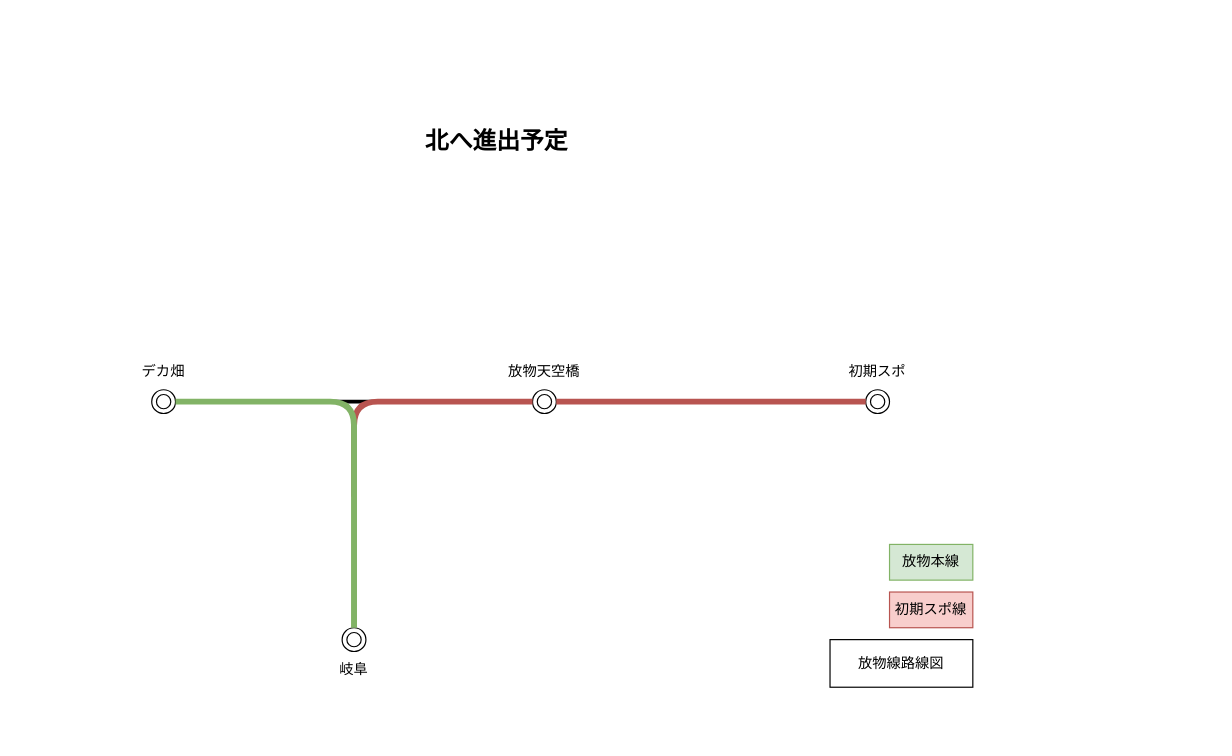
The draw.io diagram バリン鯖放物線.drawio in chainsawsteel1/drawio-files, before the edit. Source tidied: cells renumbered, new cells numbered last; positions are measured from the earlier drawing's top-left corner, leaving out a move shared by most shapes. Both pictures are drawn from the tidied source at 119%, with x=0, y=0 at pixel (127, 115).
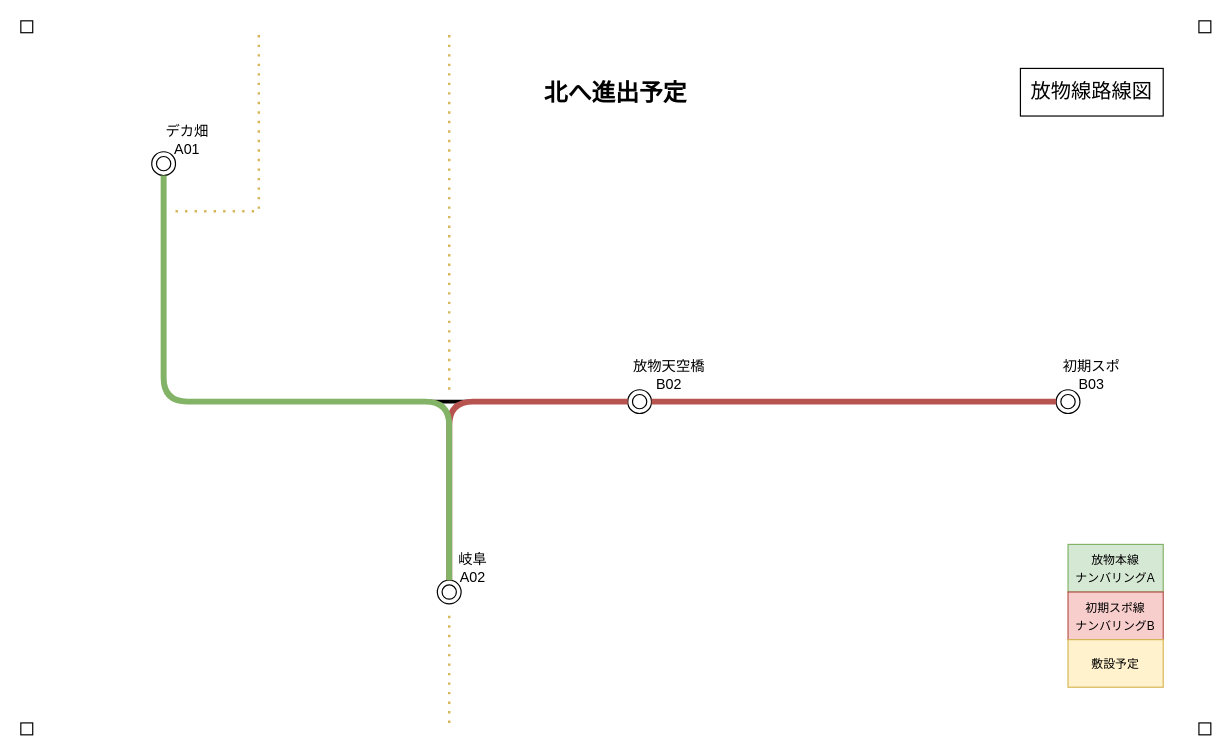
The same diagram, later.

Commit message:
バリン鯖放物線.drawio を更新します

Change to the diagram source:
```diff
@@
     <mxCell id="2" style="ellipse;shape=doubleEllipse;whiteSpace=wrap;html=1;" parent="1" vertex="1">
-      <mxGeometry x="180" y="430" width="20" height="20" as="geometry" />
+      <mxGeometry x="260" y="390" width="20" height="20" as="geometry" />
     </mxCell>
     <mxCell id="3" style="ellipse;shape=doubleEllipse;whiteSpace=wrap;html=1;" parent="1" vertex="1">
-      <mxGeometry x="20" y="230" width="20" height="20" as="geometry" />
+      <mxGeometry x="20" y="30" width="20" height="20" as="geometry" />
     </mxCell>
     <mxCell id="4" style="ellipse;shape=doubleEllipse;whiteSpace=wrap;html=1;" parent="1" vertex="1">
-      <mxGeometry x="620" y="230" width="20" height="20" as="geometry" />
+      <mxGeometry x="780" y="230" width="20" height="20" as="geometry" />
     </mxCell>
     <mxCell id="5" style="ellipse;shape=doubleEllipse;whiteSpace=wrap;html=1;" parent="1" vertex="1">
-      <mxGeometry x="340" y="230" width="20" height="20" as="geometry" />
+      <mxGeometry x="420" y="230" width="20" height="20" as="geometry" />
     </mxCell>
@@
-    <mxCell id="7" value="デカ畑" style="text;html=1;align=center;verticalAlign=middle;whiteSpace=wrap;rounded=0;" parent="1" vertex="1">
-      <mxGeometry y="200" width="60" height="30" as="geometry" />
+    <mxCell id="7" value="&lt;div&gt;デカ畑&lt;/div&gt;A01" style="text;html=1;align=center;verticalAlign=middle;whiteSpace=wrap;rounded=0;" parent="1" vertex="1">
+      <mxGeometry x="20" width="60" height="40" as="geometry" />
     </mxCell>
-    <mxCell id="8" value="岐阜" style="text;html=1;align=center;verticalAlign=middle;whiteSpace=wrap;rounded=0;" parent="1" vertex="1">
-      <mxGeometry x="160" y="450" width="60" height="30" as="geometry" />
+    <mxCell id="8" value="&lt;div&gt;岐阜&lt;/div&gt;A02" style="text;html=1;align=center;verticalAlign=middle;whiteSpace=wrap;rounded=0;" parent="1" vertex="1">
+      <mxGeometry x="260" y="360" width="60" height="40" as="geometry" />
     </mxCell>
-    <mxCell id="9" value="放物天空橋" style="text;html=1;align=center;verticalAlign=middle;whiteSpace=wrap;rounded=0;" parent="1" vertex="1">
-      <mxGeometry x="315" y="200" width="70" height="30" as="geometry" />
+    <mxCell id="9" value="&lt;div&gt;放物天空橋&lt;/div&gt;B02" style="text;html=1;align=center;verticalAlign=middle;whiteSpace=wrap;rounded=0;" parent="1" vertex="1">
+      <mxGeometry x="420" y="200" width="70" height="35" as="geometry" />
     </mxCell>
-    <mxCell id="10" value="初期スポ" style="text;html=1;align=center;verticalAlign=middle;whiteSpace=wrap;rounded=0;" parent="1" vertex="1">
-      <mxGeometry x="600" y="200" width="60" height="30" as="geometry" />
+    <mxCell id="10" value="&lt;div&gt;初期スポ&lt;/div&gt;B03" style="text;html=1;align=center;verticalAlign=middle;whiteSpace=wrap;rounded=0;" parent="1" vertex="1">
+      <mxGeometry x="780" y="200" width="60" height="35" as="geometry" />
     </mxCell>
-    <mxCell id="11" value="放物本線" style="text;html=1;align=center;verticalAlign=middle;whiteSpace=wrap;rounded=0;fillColor=#d5e8d4;strokeColor=#82b366;" parent="1" vertex="1">
-      <mxGeometry x="640" y="360" width="70" height="30" as="geometry" />
+    <mxCell id="11" value="&lt;div&gt;&lt;font style=&quot;font-size: 10px;&quot;&gt;放物本線&lt;/font&gt;&lt;/div&gt;&lt;div&gt;&lt;font style=&quot;font-size: 10px;&quot;&gt;ナンバリングA&lt;/font&gt;&lt;br&gt;&lt;/div&gt;" style="text;html=1;align=center;verticalAlign=middle;whiteSpace=wrap;rounded=0;fillColor=#d5e8d4;strokeColor=#82b366;" parent="1" vertex="1">
+      <mxGeometry x="790" y="360" width="80" height="40" as="geometry" />
     </mxCell>
-    <mxCell id="12" value="初期スポ線" style="text;html=1;align=center;verticalAlign=middle;whiteSpace=wrap;rounded=0;fillColor=#f8cecc;strokeColor=#b85450;" parent="1" vertex="1">
-      <mxGeometry x="640" y="400" width="70" height="30" as="geometry" />
+    <mxCell id="12" value="&lt;div&gt;&lt;font style=&quot;font-size: 10px;&quot;&gt;初期スポ線&lt;/font&gt;&lt;/div&gt;&lt;div&gt;&lt;font style=&quot;font-size: 10px;&quot;&gt;ナンバリングB&lt;/font&gt;&lt;/div&gt;" style="text;html=1;align=center;verticalAlign=middle;whiteSpace=wrap;rounded=0;fillColor=#f8cecc;strokeColor=#b85450;" parent="1" vertex="1">
+      <mxGeometry x="790" y="400" width="80" height="40" as="geometry" />
     </mxCell>
-    <mxCell id="13" value="放物線路線図" style="rounded=0;whiteSpace=wrap;html=1;" parent="1" vertex="1">
-      <mxGeometry x="590" y="440" width="120" height="40" as="geometry" />
+    <mxCell id="13" value="&lt;font style=&quot;font-size: 17px;&quot;&gt;放物線路線図&lt;/font&gt;" style="rounded=0;whiteSpace=wrap;html=1;" parent="1" vertex="1">
+      <mxGeometry x="750" y="-40" width="120" height="40" as="geometry" />
     </mxCell>
-    <mxCell id="14" style="endArrow=none;html=1;rounded=0;strokeWidth=3;entryX=0;entryY=0.5;entryDx=0;entryDy=0;exitX=1;exitY=0.5;exitDx=0;exitDy=0;" parent="1" edge="1" source="3" target="5">
-      <mxGeometry relative="1" as="geometry" />
+    <mxCell id="14" style="endArrow=none;html=1;rounded=0;strokeWidth=3;entryX=0;entryY=0.5;entryDx=0;entryDy=0;" parent="1" edge="1" target="5">
+      <mxGeometry relative="1" as="geometry">
+        <mxPoint x="130" y="240" as="sourcePoint" />
+      </mxGeometry>
     </mxCell>
-    <mxCell id="15" style="endArrow=none;html=1;rounded=0;fillColor=#f8cecc;strokeColor=#b85450;strokeWidth=5;entryX=0;entryY=0.5;entryDx=0;entryDy=0;curved=1;" parent="1" edge="1" target="5">
-      <mxGeometry relative="1" as="geometry">
-        <mxPoint x="190" y="320" as="sourcePoint" />
-        <Array as="points">
-          <mxPoint x="190" y="280" />
-          <mxPoint x="190" y="240" />
-          <mxPoint x="230" y="240" />
-        </Array>
-      </mxGeometry>
-    </mxCell>
+    <mxCell id="17" value="&lt;font style=&quot;font-size: 20px;&quot;&gt;&lt;b&gt;北へ進出予定&lt;/b&gt;&lt;/font&gt;" style="text;html=1;align=center;verticalAlign=middle;whiteSpace=wrap;rounded=0;" parent="1" vertex="1">
+      <mxGeometry x="330" y="-40" width="160" height="40" as="geometry" />
+    </mxCell>
+    <mxCell id="18" style="endArrow=none;html=1;rounded=0;exitX=0.5;exitY=0;exitDx=0;exitDy=0;fillColor=#f8cecc;strokeColor=#b85450;strokeWidth=5;curved=1;" parent="1" edge="1" source="2">
+      <mxGeometry relative="1" as="geometry">
+        <mxPoint x="420" y="240" as="targetPoint" />
+        <Array as="points">
+          <mxPoint x="270" y="280" />
+          <mxPoint x="270" y="240" />
+          <mxPoint x="310" y="240" />
+        </Array>
+      </mxGeometry>
+    </mxCell>
-    <mxCell id="16" style="endArrow=none;html=1;rounded=0;fillColor=#d5e8d4;strokeColor=#82b366;strokeWidth=5;exitX=1;exitY=0.5;exitDx=0;exitDy=0;entryX=0.5;entryY=0;entryDx=0;entryDy=0;curved=1;" parent="1" edge="1" source="3" target="2">
+    <mxCell id="16" style="endArrow=none;html=1;rounded=0;fillColor=#d5e8d4;strokeColor=#82b366;strokeWidth=5;exitX=0.5;exitY=1;exitDx=0;exitDy=0;entryX=0.5;entryY=0;entryDx=0;entryDy=0;curved=1;" parent="1" edge="1" source="3" target="2">
       <mxGeometry relative="1" as="geometry">
         <Array as="points">
-          <mxPoint x="150" y="240" />
-          <mxPoint x="190" y="240" />
-          <mxPoint x="190" y="280" />
+          <mxPoint x="30" y="200" />
+          <mxPoint x="30" y="240" />
+          <mxPoint x="70" y="240" />
+          <mxPoint x="230" y="240" />
+          <mxPoint x="270" y="240" />
+          <mxPoint x="270" y="280" />
         </Array>
       </mxGeometry>
     </mxCell>
-    <mxCell id="17" value="&lt;font style=&quot;font-size: 20px;&quot;&gt;&lt;b&gt;北へ進出予定&lt;/b&gt;&lt;/font&gt;" style="text;html=1;align=center;verticalAlign=middle;whiteSpace=wrap;rounded=0;" parent="1" vertex="1">
-      <mxGeometry x="230" width="160" height="40" as="geometry" />
-    </mxCell>
+    <mxCell id="19" style="endArrow=none;dashed=1;html=1;dashPattern=1 3;strokeWidth=2;rounded=0;fillColor=#fff2cc;strokeColor=#d6b656;" parent="1" edge="1">
+      <mxGeometry relative="1" as="geometry">
+        <mxPoint x="270" y="230" as="sourcePoint" />
+        <mxPoint x="270" y="-70" as="targetPoint" />
+      </mxGeometry>
+    </mxCell>
+    <mxCell id="20" style="endArrow=none;dashed=1;html=1;dashPattern=1 3;strokeWidth=2;rounded=0;fillColor=#fff2cc;strokeColor=#d6b656;" parent="1" edge="1">
+      <mxGeometry relative="1" as="geometry">
+        <mxPoint x="270" y="510" as="sourcePoint" />
+        <mxPoint x="270" y="420" as="targetPoint" />
+      </mxGeometry>
+    </mxCell>
+    <mxCell id="21" style="endArrow=none;dashed=1;html=1;dashPattern=1 3;strokeWidth=2;rounded=0;fillColor=#fff2cc;strokeColor=#d6b656;" parent="1" edge="1">
+      <mxGeometry relative="1" as="geometry">
+        <mxPoint x="40" y="80" as="sourcePoint" />
+        <mxPoint x="110" y="-70" as="targetPoint" />
+        <Array as="points">
+          <mxPoint x="110" y="80" />
+        </Array>
+      </mxGeometry>
+    </mxCell>
+    <mxCell id="22" value="&lt;font style=&quot;font-size: 10px;&quot;&gt;敷設予定&lt;/font&gt;" style="text;html=1;align=center;verticalAlign=middle;whiteSpace=wrap;rounded=0;fillColor=#fff2cc;strokeColor=#d6b656;" parent="1" vertex="1">
+      <mxGeometry x="790" y="440" width="80" height="40" as="geometry" />
+    </mxCell>
+    <mxCell id="23" style="rounded=0;whiteSpace=wrap;html=1;" parent="1" vertex="1">
+      <mxGeometry x="-90" y="-80" width="10" height="10" as="geometry" />
+    </mxCell>
+    <mxCell id="24" style="rounded=0;whiteSpace=wrap;html=1;" parent="1" vertex="1">
+      <mxGeometry x="-90" y="510" width="10" height="10" as="geometry" />
+    </mxCell>
+    <mxCell id="25" style="rounded=0;whiteSpace=wrap;html=1;" parent="1" vertex="1">
+      <mxGeometry x="900" y="510" width="10" height="10" as="geometry" />
+    </mxCell>
+    <mxCell id="26" style="rounded=0;whiteSpace=wrap;html=1;" parent="1" vertex="1">
+      <mxGeometry x="900" y="-80" width="10" height="10" as="geometry" />
+    </mxCell>
```
